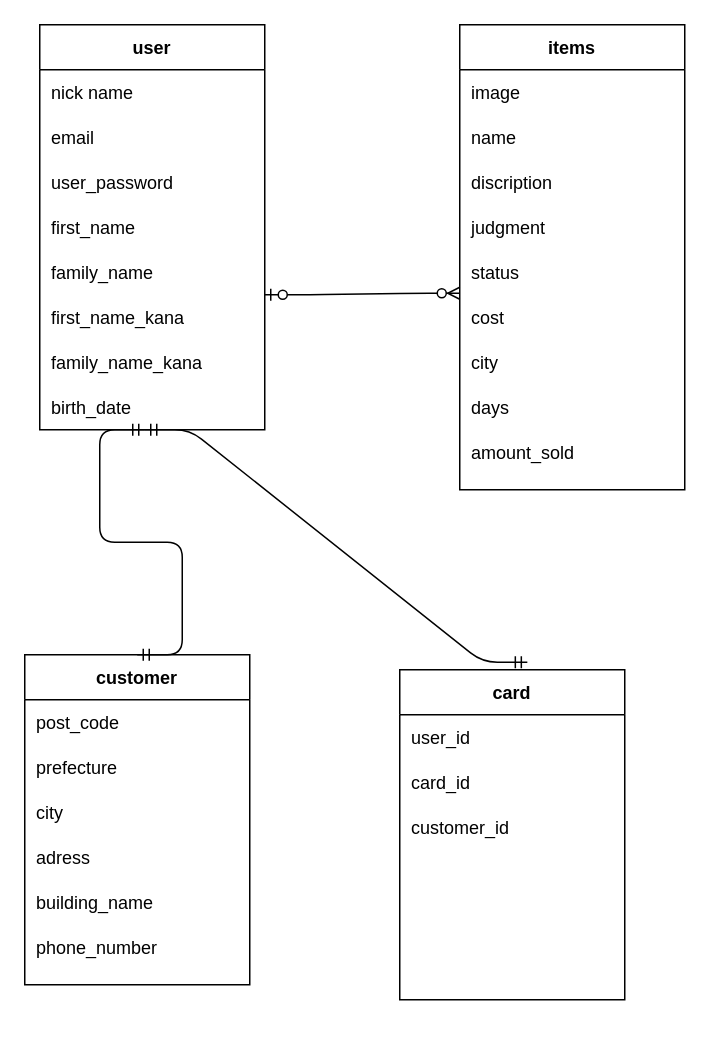
seiya9012/furima-36335 keeps this draw.io diagram as er.dio. Above is the earlier version. Source tidied: cells renumbered, new cells numbered last; positions are measured from the earlier drawing's top-left corner, leaving out a move shared by most shapes. Both pictures are drawn from the tidied source at 150%, with x=0, y=0 at pixel (24, 24).
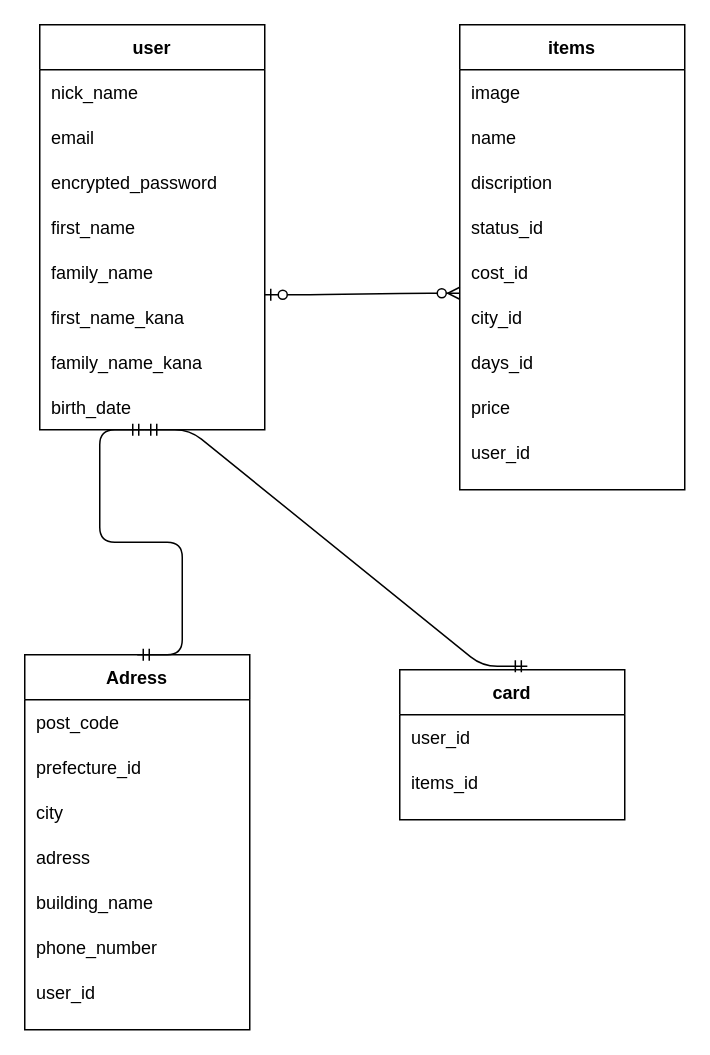
After the change.

Commit message (it also covers changes not shown here):
データベース設計の修正

The change refers to these unchanged cells:
```xml
<mxCell id="3" style="shape=partialRectangle;fillColor=none;top=0;left=0;bottom=0;right=0;" parent="2" vertex="1">
  <mxGeometry y="30" width="150" height="30" as="geometry" />
</mxCell>
<mxCell id="7" style="shape=partialRectangle;fillColor=none;top=0;left=0;bottom=0;right=0;" parent="2" vertex="1">
  <mxGeometry y="90" width="150" height="30" as="geometry" />
</mxCell>
<mxCell id="19" value="items" style="shape=table;startSize=30;childLayout=tableLayout;rowLines=0;fontStyle=1;align=center;rounded=0;shadow=0;sketch=0;" parent="1" vertex="1">
  <mxGeometry x="290" width="150" height="310" as="geometry" />
</mxCell>
<mxCell id="41" style="shape=partialRectangle;fillColor=none;top=0;left=0;bottom=0;right=0;" parent="38" vertex="1">
  <mxGeometry y="60" width="150" height="30" as="geometry" />
</mxCell>
<mxCell id="54" style="shape=partialRectangle;fillColor=none;top=0;left=0;bottom=0;right=0;" parent="51" vertex="1">
  <mxGeometry y="60" width="150" height="30" as="geometry" />
</mxCell>
```

What changed in the source:
```diff
@@
-    <mxCell id="4" value="nick name" style="shape=partialRectangle;fillColor=none;top=0;left=0;bottom=0;right=0;align=left;spacingLeft=6;overflow=hidden;" parent="3" vertex="1">
+    <mxCell id="4" value="nick_name" style="shape=partialRectangle;fillColor=none;top=0;left=0;bottom=0;right=0;align=left;spacingLeft=6;overflow=hidden;" parent="3" vertex="1">
       <mxGeometry width="150" height="30" as="geometry" />
     </mxCell>
@@
-    <mxCell id="8" value="user_password" style="shape=partialRectangle;fillColor=none;top=0;left=0;bottom=0;right=0;align=left;spacingLeft=6;overflow=hidden;" parent="7" vertex="1">
+    <mxCell id="8" value="encrypted_password" style="shape=partialRectangle;fillColor=none;top=0;left=0;bottom=0;right=0;align=left;spacingLeft=6;overflow=hidden;" parent="7" vertex="1">
       <mxGeometry width="150" height="30" as="geometry" />
     </mxCell>
@@
-    <mxCell id="26" style="shape=partialRectangle;fillColor=none;top=0;left=0;bottom=0;right=0;" parent="19" vertex="1">
-      <mxGeometry y="120" width="150" height="30" as="geometry" />
-    </mxCell>
-    <mxCell id="27" value="judgment" style="shape=partialRectangle;fillColor=none;top=0;left=0;bottom=0;right=0;align=left;spacingLeft=6;overflow=hidden;" parent="26" vertex="1">
-      <mxGeometry width="150" height="30" as="geometry" />
-    </mxCell>
     <mxCell id="28" style="shape=partialRectangle;fillColor=none;top=0;left=0;bottom=0;right=0;" parent="19" vertex="1">
-      <mxGeometry y="150" width="150" height="30" as="geometry" />
+      <mxGeometry y="120" width="150" height="30" as="geometry" />
     </mxCell>
-    <mxCell id="29" value="status" style="shape=partialRectangle;fillColor=none;top=0;left=0;bottom=0;right=0;align=left;spacingLeft=6;overflow=hidden;" parent="28" vertex="1">
+    <mxCell id="29" value="status_id" style="shape=partialRectangle;fillColor=none;top=0;left=0;bottom=0;right=0;align=left;spacingLeft=6;overflow=hidden;" parent="28" vertex="1">
       <mxGeometry width="150" height="30" as="geometry" />
     </mxCell>
     <mxCell id="30" style="shape=partialRectangle;fillColor=none;top=0;left=0;bottom=0;right=0;" parent="19" vertex="1">
-      <mxGeometry y="180" width="150" height="30" as="geometry" />
+      <mxGeometry y="150" width="150" height="30" as="geometry" />
     </mxCell>
-    <mxCell id="31" value="cost" style="shape=partialRectangle;fillColor=none;top=0;left=0;bottom=0;right=0;align=left;spacingLeft=6;overflow=hidden;" parent="30" vertex="1">
+    <mxCell id="31" value="cost_id" style="shape=partialRectangle;fillColor=none;top=0;left=0;bottom=0;right=0;align=left;spacingLeft=6;overflow=hidden;" parent="30" vertex="1">
       <mxGeometry width="150" height="30" as="geometry" />
     </mxCell>
     <mxCell id="32" style="shape=partialRectangle;fillColor=none;top=0;left=0;bottom=0;right=0;" parent="19" vertex="1">
-      <mxGeometry y="210" width="150" height="30" as="geometry" />
+      <mxGeometry y="180" width="150" height="30" as="geometry" />
     </mxCell>
-    <mxCell id="33" value="city" style="shape=partialRectangle;fillColor=none;top=0;left=0;bottom=0;right=0;align=left;spacingLeft=6;overflow=hidden;" parent="32" vertex="1">
+    <mxCell id="33" value="city_id" style="shape=partialRectangle;fillColor=none;top=0;left=0;bottom=0;right=0;align=left;spacingLeft=6;overflow=hidden;" parent="32" vertex="1">
       <mxGeometry width="150" height="30" as="geometry" />
     </mxCell>
     <mxCell id="34" style="shape=partialRectangle;fillColor=none;top=0;left=0;bottom=0;right=0;" parent="19" vertex="1">
-      <mxGeometry y="240" width="150" height="30" as="geometry" />
+      <mxGeometry y="210" width="150" height="30" as="geometry" />
     </mxCell>
-    <mxCell id="35" value="days" style="shape=partialRectangle;fillColor=none;top=0;left=0;bottom=0;right=0;align=left;spacingLeft=6;overflow=hidden;" parent="34" vertex="1">
+    <mxCell id="35" value="days_id" style="shape=partialRectangle;fillColor=none;top=0;left=0;bottom=0;right=0;align=left;spacingLeft=6;overflow=hidden;" parent="34" vertex="1">
       <mxGeometry width="150" height="30" as="geometry" />
     </mxCell>
     <mxCell id="36" style="shape=partialRectangle;fillColor=none;top=0;left=0;bottom=0;right=0;" parent="19" vertex="1">
-      <mxGeometry y="270" width="150" height="30" as="geometry" />
+      <mxGeometry y="240" width="150" height="30" as="geometry" />
     </mxCell>
-    <mxCell id="37" value="amount_sold" style="shape=partialRectangle;fillColor=none;top=0;left=0;bottom=0;right=0;align=left;spacingLeft=6;overflow=hidden;" parent="36" vertex="1">
+    <mxCell id="37" value="price" style="shape=partialRectangle;fillColor=none;top=0;left=0;bottom=0;right=0;align=left;spacingLeft=6;overflow=hidden;" parent="36" vertex="1">
       <mxGeometry width="150" height="30" as="geometry" />
     </mxCell>
+    <mxCell id="67" style="shape=partialRectangle;fillColor=none;top=0;left=0;bottom=0;right=0;" parent="19" vertex="1">
+      <mxGeometry y="270" width="150" height="30" as="geometry" />
+    </mxCell>
+    <mxCell id="68" value="user_id" style="shape=partialRectangle;fillColor=none;top=0;left=0;bottom=0;right=0;align=left;spacingLeft=6;overflow=hidden;" parent="67" vertex="1">
+      <mxGeometry width="150" height="30" as="geometry" />
+    </mxCell>
-    <mxCell id="38" value="customer" style="shape=table;startSize=30;childLayout=tableLayout;rowLines=0;fontStyle=1;align=center;rounded=0;shadow=0;sketch=0;" parent="1" vertex="1">
-      <mxGeometry y="420" width="150" height="220" as="geometry" />
+    <mxCell id="38" value="Adress" style="shape=table;startSize=30;childLayout=tableLayout;rowLines=0;fontStyle=1;align=center;rounded=0;shadow=0;sketch=0;" parent="1" vertex="1">
+      <mxGeometry y="420" width="150" height="250" as="geometry" />
     </mxCell>
@@
-    <mxCell id="42" value="prefecture" style="shape=partialRectangle;fillColor=none;top=0;left=0;bottom=0;right=0;align=left;spacingLeft=6;overflow=hidden;" parent="41" vertex="1">
+    <mxCell id="42" value="prefecture_id" style="shape=partialRectangle;fillColor=none;top=0;left=0;bottom=0;right=0;align=left;spacingLeft=6;overflow=hidden;" parent="41" vertex="1">
       <mxGeometry width="150" height="30" as="geometry" />
     </mxCell>
@@
+    <mxCell id="69" style="shape=partialRectangle;fillColor=none;top=0;left=0;bottom=0;right=0;" parent="38" vertex="1">
+      <mxGeometry y="210" width="150" height="30" as="geometry" />
+    </mxCell>
+    <mxCell id="70" value="user_id" style="shape=partialRectangle;fillColor=none;top=0;left=0;bottom=0;right=0;align=left;spacingLeft=6;overflow=hidden;" parent="69" vertex="1">
+      <mxGeometry width="150" height="30" as="geometry" />
+    </mxCell>
     <mxCell id="51" value="card" style="shape=table;startSize=30;childLayout=tableLayout;rowLines=0;fontStyle=1;align=center;rounded=0;shadow=0;sketch=0;" parent="1" vertex="1">
-      <mxGeometry x="250" y="430" width="150" height="220" as="geometry" />
+      <mxGeometry x="250" y="430" width="150" height="100" as="geometry" />
     </mxCell>
@@
-    <mxCell id="55" value="card_id" style="shape=partialRectangle;fillColor=none;top=0;left=0;bottom=0;right=0;align=left;spacingLeft=6;overflow=hidden;" parent="54" vertex="1">
+    <mxCell id="55" value="items_id" style="shape=partialRectangle;fillColor=none;top=0;left=0;bottom=0;right=0;align=left;spacingLeft=6;overflow=hidden;" parent="54" vertex="1">
       <mxGeometry width="150" height="30" as="geometry" />
     </mxCell>
-    <mxCell id="56" style="shape=partialRectangle;fillColor=none;top=0;left=0;bottom=0;right=0;" parent="51" vertex="1">
-      <mxGeometry y="90" width="150" height="30" as="geometry" />
-    </mxCell>
-    <mxCell id="57" value="customer_id" style="shape=partialRectangle;fillColor=none;top=0;left=0;bottom=0;right=0;align=left;spacingLeft=6;overflow=hidden;" parent="56" vertex="1">
-      <mxGeometry width="150" height="30" as="geometry" />
-    </mxCell>
-    <mxCell id="58" style="shape=partialRectangle;fillColor=none;top=0;left=0;bottom=0;right=0;" parent="51" vertex="1">
-      <mxGeometry y="120" width="150" height="30" as="geometry" />
-    </mxCell>
-    <mxCell id="59" style="shape=partialRectangle;fillColor=none;top=0;left=0;bottom=0;right=0;align=left;spacingLeft=6;overflow=hidden;" parent="58" vertex="1">
-      <mxGeometry width="150" height="30" as="geometry" />
-    </mxCell>
-    <mxCell id="60" style="shape=partialRectangle;fillColor=none;top=0;left=0;bottom=0;right=0;" parent="51" vertex="1">
-      <mxGeometry y="150" width="150" height="30" as="geometry" />
-    </mxCell>
-    <mxCell id="61" style="shape=partialRectangle;fillColor=none;top=0;left=0;bottom=0;right=0;align=left;spacingLeft=6;overflow=hidden;" parent="60" vertex="1">
-      <mxGeometry width="150" height="30" as="geometry" />
-    </mxCell>
-    <mxCell id="62" style="shape=partialRectangle;fillColor=none;top=0;left=0;bottom=0;right=0;" parent="51" vertex="1">
-      <mxGeometry y="180" width="150" height="30" as="geometry" />
-    </mxCell>
-    <mxCell id="63" style="shape=partialRectangle;fillColor=none;top=0;left=0;bottom=0;right=0;align=left;spacingLeft=6;overflow=hidden;" parent="62" vertex="1">
-      <mxGeometry width="150" height="30" as="geometry" />
-    </mxCell>
```
